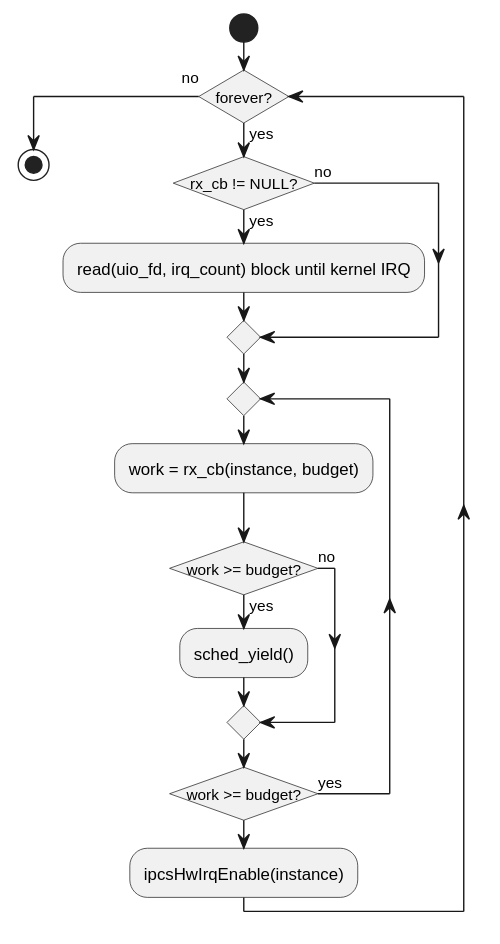
This is c1_sdd_linux-ipcs/cursor_tmp/flow_svgs/linux_6_4_4_ipcsShmSoftirq.svg from Mastang1/sad_sdd_proj, a PlantUML export, as it was before one commit.
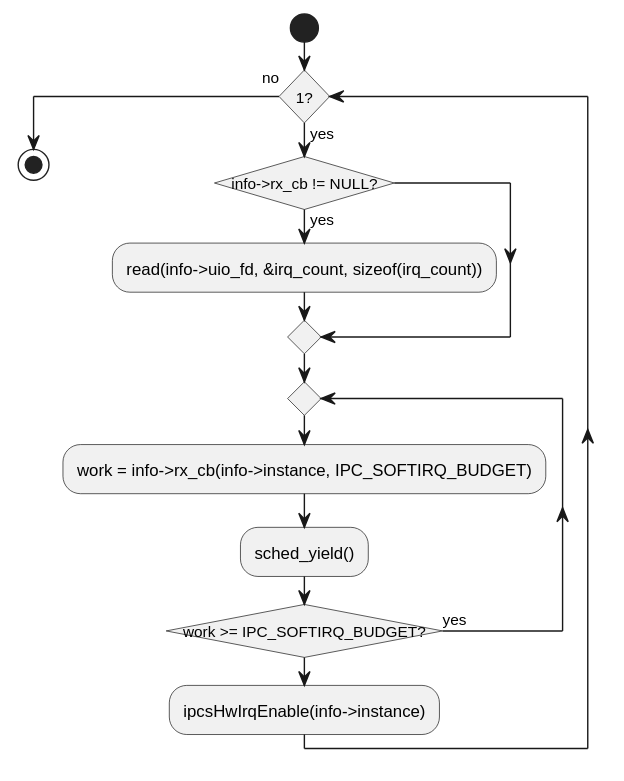
The same diagram one commit later.

The edit, as a diff of the source:
```diff
@@ -3,19 +3,15 @@
 skinparam conditionStyle insideDiamond
 skinparam linetype ortho
 start
-while (forever?) is (yes)
-  if (rx_cb != NULL?) then (yes)
-    :read(uio_fd, irq_count) block until kernel IRQ;
-  else (no)
+while (1?) is (yes)
+  if (info->rx_cb != NULL?) then (yes)
+    :read(info->uio_fd, &irq_count, sizeof(irq_count));
   endif
   repeat
-    :work = rx_cb(instance, budget);
-    if (work >= budget?) then (yes)
-      :sched_yield();
-    else (no)
-    endif
-  repeat while (work >= budget?) is (yes)
-  :ipcsHwIrqEnable(instance);
+    :work = info->rx_cb(info->instance, IPC_SOFTIRQ_BUDGET);
+    :sched_yield();
+  repeat while (work >= IPC_SOFTIRQ_BUDGET?) is (yes)
+  :ipcsHwIrqEnable(info->instance);
 endwhile (no)
 stop
 @enduml
```
